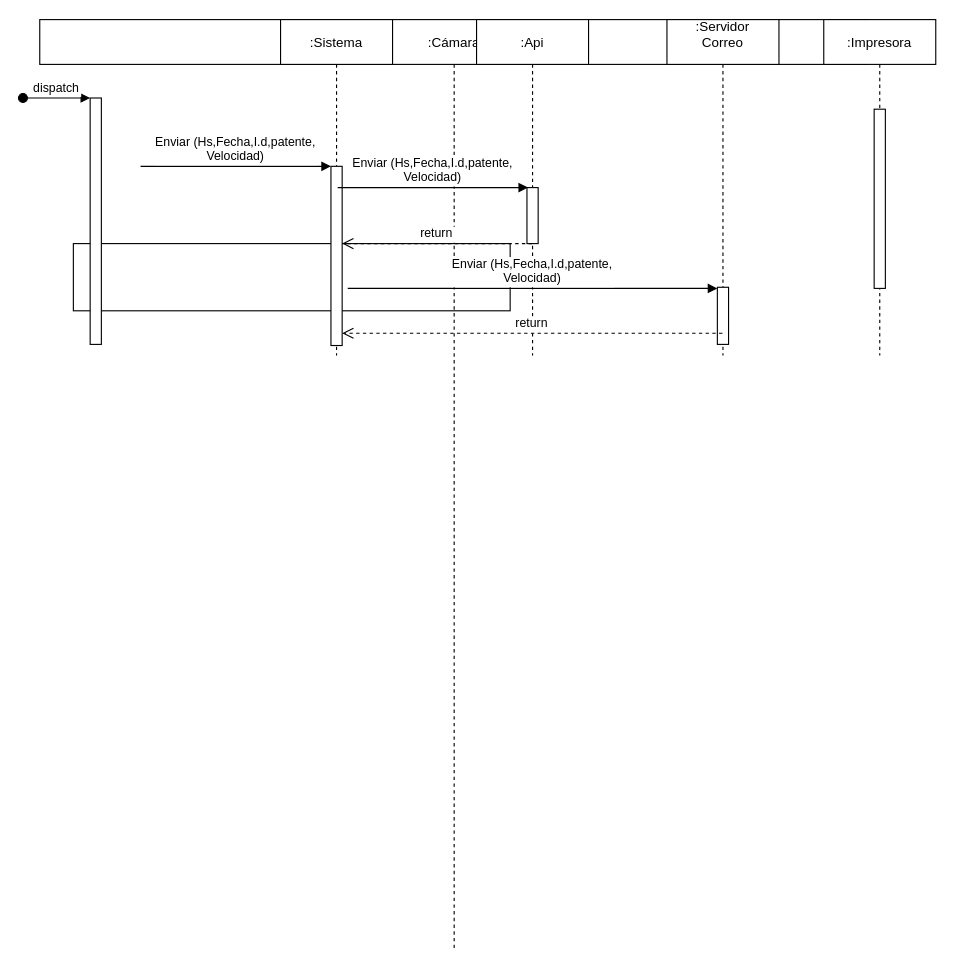
The draw.io diagram Diagrama sin título.drawio in natalia-0709/izo-isw1-tpds, before the edit. Source tidied: cells renumbered, new cells numbered last; positions are measured from the earlier drawing's top-left corner, leaving out a move shared by most shapes. Both pictures are drawn from the tidied source at 112%, with x=0, y=0 at pixel (22, 19).
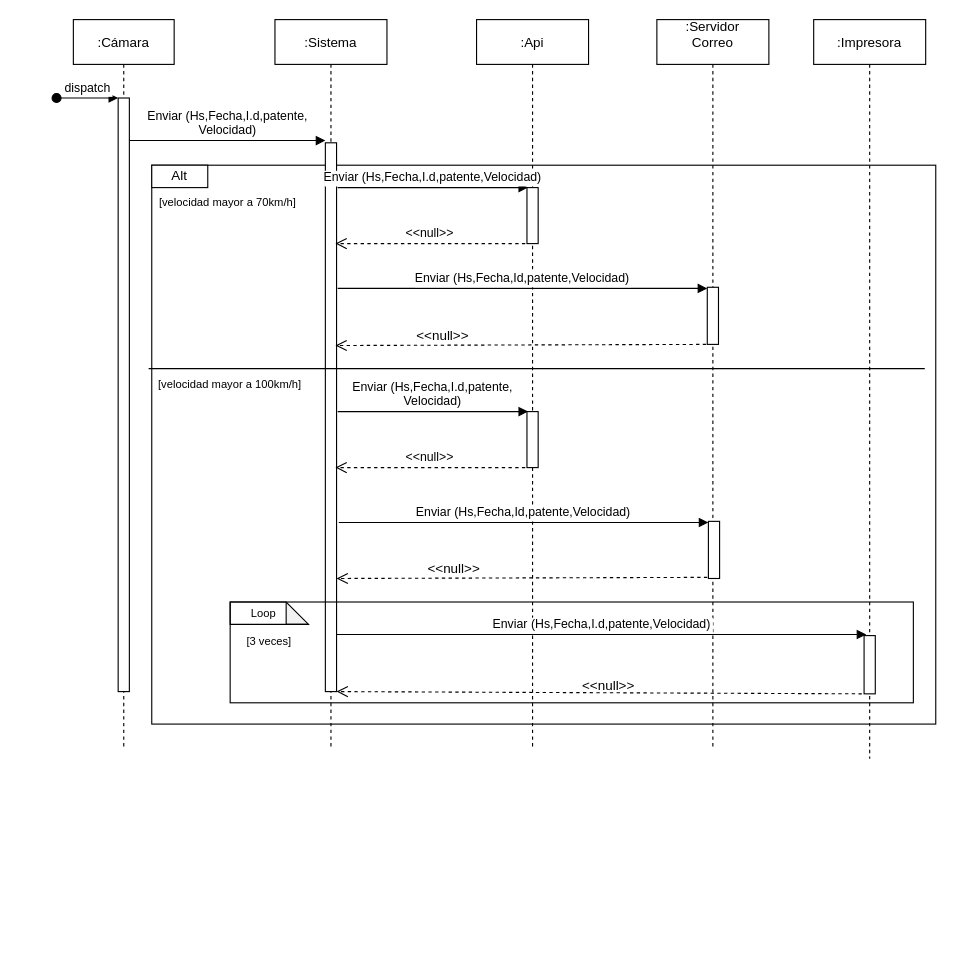
The same page after the edit.

The edit, as a diff of the source:
```diff
@@
     <mxCell id="2" style="rounded=0;whiteSpace=wrap;html=1;" parent="1" vertex="1">
-      <mxGeometry x="45" y="200" width="390" height="60" as="geometry" />
+      <mxGeometry x="115" y="130" width="700" height="499" as="geometry" />
     </mxCell>
     <mxCell id="3" value=":Cámara" style="shape=umlLifeline;perimeter=lifelinePerimeter;rounded=0;shadow=0;strokeWidth=1;" parent="1" vertex="1">
-      <mxGeometry x="15" width="740" height="830" as="geometry" />
+      <mxGeometry x="45" width="90" height="650" as="geometry" />
     </mxCell>
     <mxCell id="4" style="points=[];perimeter=orthogonalPerimeter;rounded=0;shadow=0;strokeWidth=1;" parent="3" vertex="1">
-      <mxGeometry x="45" y="70" width="10" height="220" as="geometry" />
+      <mxGeometry x="40" y="70" width="10" height="530" as="geometry" />
     </mxCell>
@@
     <mxCell id="6" value=":Sistema" style="shape=umlLifeline;perimeter=lifelinePerimeter;rounded=0;shadow=0;strokeWidth=1;" parent="1" vertex="1">
-      <mxGeometry x="230" width="100" height="300" as="geometry" />
+      <mxGeometry x="225" width="100" height="650" as="geometry" />
     </mxCell>
     <mxCell id="7" style="points=[];perimeter=orthogonalPerimeter;rounded=0;shadow=0;strokeWidth=1;" parent="6" vertex="1">
-      <mxGeometry x="45" y="131" width="10" height="160" as="geometry" />
+      <mxGeometry x="45" y="110" width="10" height="490" as="geometry" />
     </mxCell>
     <mxCell id="8" value="Enviar (Hs,Fecha,I.d,patente,&#10;Velocidad)" style="verticalAlign=bottom;endArrow=block;entryX=0;entryY=0;shadow=0;strokeWidth=1;" parent="1" edge="1">
       <mxGeometry relative="1" as="geometry">
-        <mxPoint x="105" y="131" as="sourcePoint" />
-        <mxPoint x="275" y="131" as="targetPoint" />
+        <mxPoint x="95" y="108" as="sourcePoint" />
+        <mxPoint x="270" y="108" as="targetPoint" />
         <Array as="points">
-          <mxPoint x="185" y="131" />
+          <mxPoint x="180" y="108" />
         </Array>
       </mxGeometry>
     </mxCell>
     <mxCell id="9" value=":Api" style="shape=umlLifeline;perimeter=lifelinePerimeter;rounded=0;shadow=0;strokeWidth=1;" parent="1" vertex="1">
-      <mxGeometry x="405" width="100" height="300" as="geometry" />
+      <mxGeometry x="405" width="100" height="650" as="geometry" />
     </mxCell>
@@
+    <mxCell id="19" style="perimeter=orthogonalPerimeter;rounded=0;shadow=0;strokeWidth=1;" parent="9" vertex="1">
+      <mxGeometry x="45" y="350" width="10" height="50" as="geometry" />
+    </mxCell>
     <mxCell id="11" value=":Servidor&#10;Correo&#10;" style="shape=umlLifeline;perimeter=lifelinePerimeter;rounded=0;shadow=0;strokeWidth=1;" parent="1" vertex="1">
-      <mxGeometry x="575" width="100" height="300" as="geometry" />
+      <mxGeometry x="566" width="100" height="650" as="geometry" />
     </mxCell>
@@
-    <mxCell id="13" value="Enviar (Hs,Fecha,I.d,patente,&#10;Velocidad)" style="verticalAlign=bottom;endArrow=block;shadow=0;strokeWidth=1;" parent="11" edge="1">
+    <mxCell id="13" value="Enviar (Hs,Fecha,Id,patente,Velocidad)" style="verticalAlign=bottom;endArrow=block;shadow=0;strokeWidth=1;" parent="11" edge="1">
       <mxGeometry relative="1" as="geometry">
         <mxPoint x="-285" y="240" as="sourcePoint" />
         <mxPoint x="45" y="240" as="targetPoint" />
       </mxGeometry>
     </mxCell>
     <mxCell id="14" value=":Impresora" style="shape=umlLifeline;perimeter=lifelinePerimeter;rounded=0;shadow=0;strokeWidth=1;" parent="1" vertex="1">
-      <mxGeometry x="715" width="100" height="300" as="geometry" />
+      <mxGeometry x="706" width="100" height="660" as="geometry" />
     </mxCell>
     <mxCell id="15" style="points=[];perimeter=orthogonalPerimeter;rounded=0;shadow=0;strokeWidth=1;" parent="14" vertex="1">
-      <mxGeometry x="45" y="80" width="10" height="160" as="geometry" />
+      <mxGeometry x="45" y="550" width="10" height="52" as="geometry" />
     </mxCell>
-    <mxCell id="16" value="Enviar (Hs,Fecha,I.d,patente,&#10;Velocidad)" style="verticalAlign=bottom;endArrow=block;entryX=0;entryY=0;shadow=0;strokeWidth=1;" parent="1" edge="1">
+    <mxCell id="16" value="Enviar (Hs,Fecha,I.d,patente,Velocidad)" style="verticalAlign=bottom;endArrow=block;entryX=0;entryY=0;shadow=0;strokeWidth=1;" parent="1" edge="1">
       <mxGeometry relative="1" as="geometry">
         <mxPoint x="281" y="150" as="sourcePoint" />
         <mxPoint x="451" y="150" as="targetPoint" />
         <Array as="points">
           <mxPoint x="361" y="150" />
         </Array>
       </mxGeometry>
     </mxCell>
-    <mxCell id="17" value="return" style="verticalAlign=bottom;endArrow=open;dashed=1;endSize=8;shadow=0;strokeWidth=1;" parent="1" edge="1" source="9">
+    <mxCell id="17" value="&lt;&lt;null&gt;&gt;" style="verticalAlign=bottom;endArrow=open;dashed=1;endSize=8;shadow=0;strokeWidth=1;" parent="1" edge="1">
       <mxGeometry relative="1" as="geometry">
-        <mxPoint x="285" y="200" as="targetPoint" />
+        <mxPoint x="448.5" y="200" as="sourcePoint" />
+        <mxPoint x="279" y="200" as="targetPoint" />
       </mxGeometry>
     </mxCell>
-    <mxCell id="18" value="return" style="verticalAlign=bottom;endArrow=open;dashed=1;endSize=8;shadow=0;strokeWidth=1;" parent="1" edge="1" source="11">
-      <mxGeometry relative="1" as="geometry">
-        <mxPoint x="285" y="280" as="targetPoint" />
+    <mxCell id="18" style="verticalAlign=bottom;endArrow=open;dashed=1;endSize=8;shadow=0;strokeWidth=1;exitX=0.1;exitY=0.784;exitDx=0;exitDy=0;exitPerimeter=0;" parent="1" edge="1">
+      <mxGeometry x="0.07" y="-20" relative="1" as="geometry">
+        <mxPoint x="610" y="290" as="sourcePoint" />
+        <mxPoint x="279" y="291" as="targetPoint" />
       </mxGeometry>
     </mxCell>
+    <mxCell id="20" value="&amp;lt;&amp;lt;null&amp;gt;&amp;gt;" style="text;html=1;strokeColor=none;fillColor=none;align=center;verticalAlign=middle;whiteSpace=wrap;rounded=0;" parent="1" vertex="1">
+      <mxGeometry x="345" y="267.5" width="60" height="30" as="geometry" />
+    </mxCell>
+    <mxCell id="21" value="Enviar (Hs,Fecha,I.d,patente,&#10;Velocidad)" style="verticalAlign=bottom;endArrow=block;entryX=0;entryY=0;shadow=0;strokeWidth=1;" parent="1" edge="1">
+      <mxGeometry relative="1" as="geometry">
+        <mxPoint x="281" y="350" as="sourcePoint" />
+        <mxPoint x="451" y="350" as="targetPoint" />
+        <Array as="points">
+          <mxPoint x="361" y="350" />
+        </Array>
+      </mxGeometry>
+    </mxCell>
+    <mxCell id="22" style="perimeter=orthogonalPerimeter;rounded=0;shadow=0;strokeWidth=1;" parent="1" vertex="1">
+      <mxGeometry x="612" y="448" width="10" height="51" as="geometry" />
+    </mxCell>
+    <mxCell id="23" value="Enviar (Hs,Fecha,Id,patente,Velocidad)" style="verticalAlign=bottom;endArrow=block;shadow=0;strokeWidth=1;" parent="1" edge="1">
+      <mxGeometry relative="1" as="geometry">
+        <mxPoint x="282" y="449" as="sourcePoint" />
+        <mxPoint x="612" y="449" as="targetPoint" />
+      </mxGeometry>
+    </mxCell>
+    <mxCell id="24" style="verticalAlign=bottom;endArrow=open;dashed=1;endSize=8;shadow=0;strokeWidth=1;exitX=0.1;exitY=0.784;exitDx=0;exitDy=0;exitPerimeter=0;" parent="1" edge="1">
+      <mxGeometry x="0.07" y="-20" relative="1" as="geometry">
+        <mxPoint x="611" y="498" as="sourcePoint" />
+        <mxPoint x="280" y="499" as="targetPoint" />
+      </mxGeometry>
+    </mxCell>
+    <mxCell id="25" value="&lt;&lt;null&gt;&gt;" style="verticalAlign=bottom;endArrow=open;dashed=1;endSize=8;shadow=0;strokeWidth=1;" parent="1" edge="1">
+      <mxGeometry relative="1" as="geometry">
+        <mxPoint x="448.5" y="400" as="sourcePoint" />
+        <mxPoint x="279" y="400" as="targetPoint" />
+      </mxGeometry>
+    </mxCell>
+    <mxCell id="26" value="Enviar (Hs,Fecha,I.d,patente,Velocidad)" style="verticalAlign=bottom;endArrow=block;shadow=0;strokeWidth=1;entryX=0.2;entryY=-0.019;entryDx=0;entryDy=0;entryPerimeter=0;" parent="1" edge="1" source="7" target="15">
+      <mxGeometry relative="1" as="geometry" />
+    </mxCell>
+    <mxCell id="27" value="&amp;lt;&amp;lt;null&amp;gt;&amp;gt;" style="text;html=1;strokeColor=none;fillColor=none;align=center;verticalAlign=middle;whiteSpace=wrap;rounded=0;" parent="1" vertex="1">
+      <mxGeometry x="355" y="476" width="60" height="30" as="geometry" />
+    </mxCell>
+    <mxCell id="28" style="verticalAlign=bottom;endArrow=open;dashed=1;endSize=8;shadow=0;strokeWidth=1;exitX=0.1;exitY=0.784;exitDx=0;exitDy=0;exitPerimeter=0;entryX=1;entryY=1;entryDx=0;entryDy=0;entryPerimeter=0;" parent="1" edge="1" target="7">
+      <mxGeometry x="0.07" y="-20" relative="1" as="geometry">
+        <mxPoint x="749" y="602" as="sourcePoint" />
+      </mxGeometry>
+    </mxCell>
+    <mxCell id="29" value="&amp;lt;&amp;lt;null&amp;gt;&amp;gt;" style="text;html=1;strokeColor=none;fillColor=none;align=center;verticalAlign=middle;whiteSpace=wrap;rounded=0;" parent="1" vertex="1">
+      <mxGeometry x="493" y="580" width="60" height="30" as="geometry" />
+    </mxCell>
+    <mxCell id="30" style="endArrow=none;html=1;rounded=0;entryX=0.986;entryY=0.537;entryDx=0;entryDy=0;entryPerimeter=0;exitX=-0.004;exitY=0.537;exitDx=0;exitDy=0;exitPerimeter=0;" parent="1" edge="1">
+      <mxGeometry relative="1" as="geometry">
+        <mxPoint x="112.2" y="311.6" as="sourcePoint" />
+        <mxPoint x="805.2" y="311.6" as="targetPoint" />
+      </mxGeometry>
+    </mxCell>
+    <mxCell id="31" style="rounded=0;whiteSpace=wrap;html=1;" parent="1" vertex="1">
+      <mxGeometry x="115" y="130" width="50" height="20" as="geometry" />
+    </mxCell>
+    <mxCell id="32" value="Alt" style="text;html=1;strokeColor=none;fillColor=none;align=center;verticalAlign=middle;whiteSpace=wrap;rounded=0;" parent="1" vertex="1">
+      <mxGeometry x="110" y="130" width="60" height="20" as="geometry" />
+    </mxCell>
+    <mxCell id="33" value="&lt;font style=&quot;vertical-align: inherit; font-size: 10px;&quot;&gt;&lt;font style=&quot;vertical-align: inherit; font-size: 10px;&quot;&gt;[velocidad mayor a 70km/h]&lt;/font&gt;&lt;/font&gt;" style="text;html=1;strokeColor=none;fillColor=none;align=center;verticalAlign=middle;whiteSpace=wrap;rounded=0;fontSize=10;" parent="1" vertex="1">
+      <mxGeometry x="93" y="148" width="180" height="30" as="geometry" />
+    </mxCell>
+    <mxCell id="34" value="&lt;font style=&quot;vertical-align: inherit; font-size: 10px;&quot;&gt;&lt;font style=&quot;vertical-align: inherit; font-size: 10px;&quot;&gt;[velocidad mayor a 100km/h]&lt;/font&gt;&lt;/font&gt;" style="text;html=1;strokeColor=none;fillColor=none;align=center;verticalAlign=middle;whiteSpace=wrap;rounded=0;fontSize=10;" parent="1" vertex="1">
+      <mxGeometry x="95" y="310" width="180" height="30" as="geometry" />
+    </mxCell>
+    <mxCell id="35" style="rounded=0;whiteSpace=wrap;html=1;fontSize=10;fillColor=none;" parent="1" vertex="1">
+      <mxGeometry x="185" y="520" width="610" height="90" as="geometry" />
+    </mxCell>
+    <mxCell id="36" style="shape=note;whiteSpace=wrap;html=1;backgroundOutline=1;darkOpacity=0.05;fontSize=10;fillColor=none;" parent="1" vertex="1">
+      <mxGeometry x="185" y="520" width="70" height="20" as="geometry" />
+    </mxCell>
+    <mxCell id="37" value="Loop" style="text;html=1;strokeColor=none;fillColor=none;align=center;verticalAlign=middle;whiteSpace=wrap;rounded=0;fontSize=10;" parent="1" vertex="1">
+      <mxGeometry x="185" y="515" width="60" height="30" as="geometry" />
+    </mxCell>
+    <mxCell id="38" value="&lt;font style=&quot;vertical-align: inherit; font-size: 10px;&quot;&gt;&lt;font style=&quot;vertical-align: inherit; font-size: 10px;&quot;&gt;[3 veces]&lt;/font&gt;&lt;/font&gt;" style="text;html=1;strokeColor=none;fillColor=none;align=center;verticalAlign=middle;whiteSpace=wrap;rounded=0;fontSize=10;" parent="1" vertex="1">
+      <mxGeometry x="195" y="540" width="50" height="30" as="geometry" />
+    </mxCell>
```
